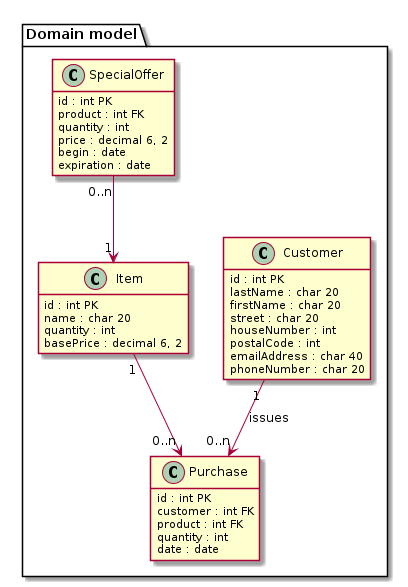
Above: docs/domain-model-crm.png in tflm91/CRM-System (PlantUML), before the change.
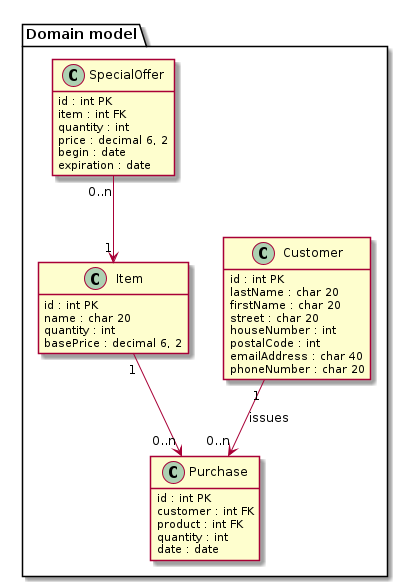
Above is the later version.

Change to the diagram source:
```diff
@@ -23,7 +23,7 @@
 
     class SpecialOffer {
         id : int PK
-        product : int FK
+        item : int FK
         quantity : int
         price : decimal 6, 2
         begin : date
```
